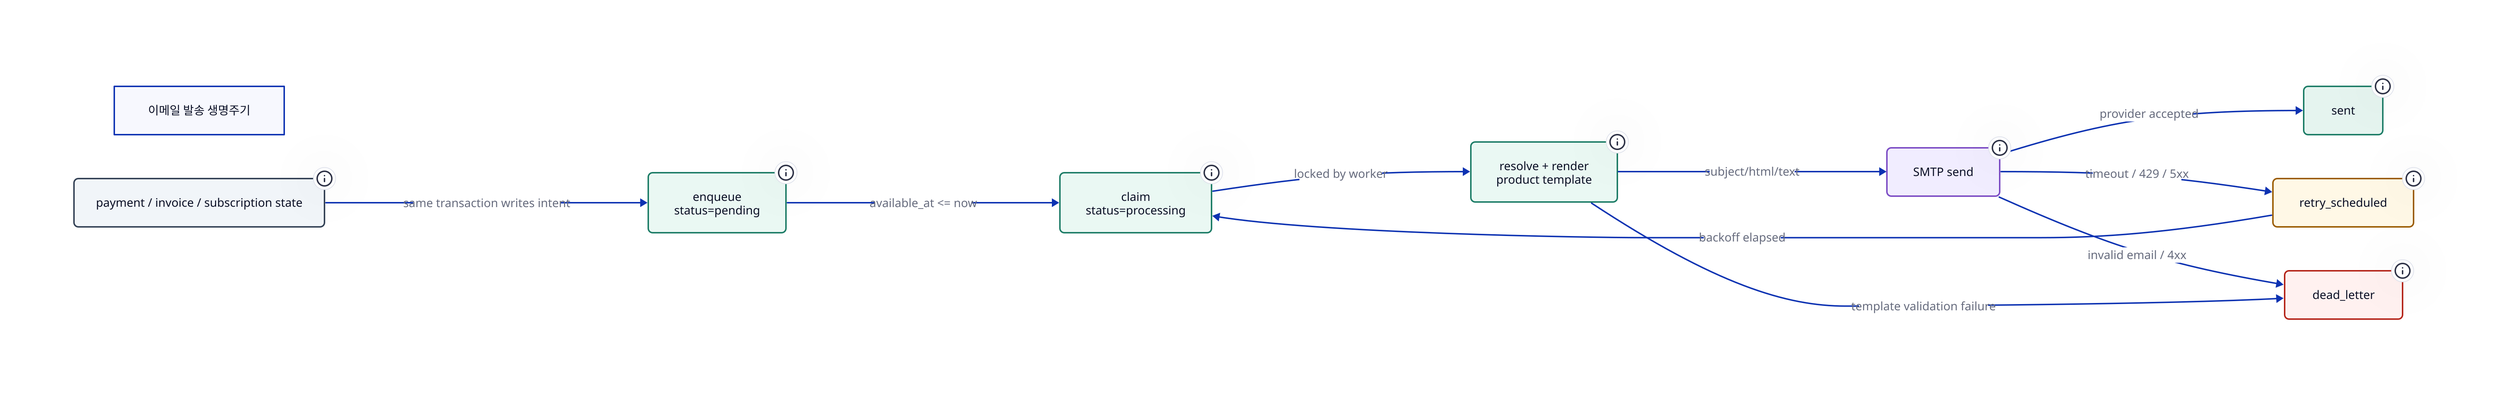
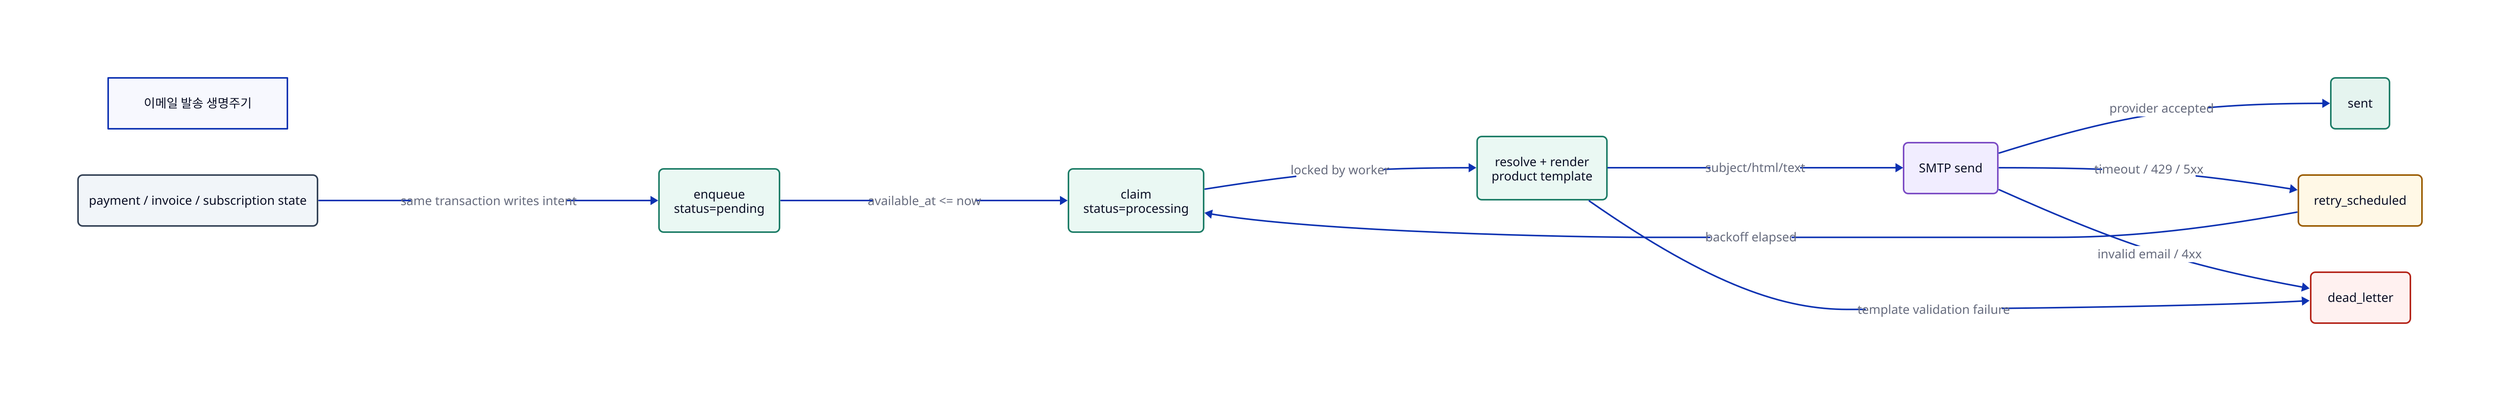
direction: right
title: "이메일 발송 생명주기"

enqueue: "enqueue\nstatus=pending" {
  shape: rectangle
-   tooltip: "업무 트랜잭션과 함께 outbox item을 저장합니다."
  style.fill: "#eaf8f3"
  style.stroke: "#1c7c66"
  style.border-radius: 6
}
claim: "claim\nstatus=processing" {
  shape: rectangle
-   tooltip: "worker_id와 locked_until_at으로 선점합니다."
  style.fill: "#eaf8f3"
  style.stroke: "#1c7c66"
  style.border-radius: 6
}
render: "resolve + render\nproduct template" {
  shape: rectangle
-   tooltip: "상품별 템플릿 fallback 순서로 본문을 생성합니다."
  style.fill: "#eaf8f3"
  style.stroke: "#1c7c66"
  style.border-radius: 6
}
send: "SMTP send" {
  shape: rectangle
-   tooltip: "SMTPEmailSender가 외부 메일 서버로 전송합니다."
  style.fill: "#f1edff"
  style.stroke: "#7b4bc4"
  style.border-radius: 6
}
sent: "sent" {
  shape: rectangle
-   tooltip: "provider_message_id와 sent_at을 저장합니다."
  style.fill: "#e5f4ef"
  style.stroke: "#1c7c66"
  style.border-radius: 6
}
retry_scheduled: "retry_scheduled" {
  shape: rectangle
-   tooltip: "일시 실패는 backoff 후 재시도합니다."
  style.fill: "#fff8e6"
  style.stroke: "#9a5b00"
  style.border-radius: 6
}
dead_letter: "dead_letter" {
  shape: rectangle
-   tooltip: "영구 실패 또는 최대 재시도 초과 시 자동 발송을 멈춥니다."
  style.fill: "#fff1f0"
  style.stroke: "#b42318"
  style.border-radius: 6
}
business_state: "payment / invoice / subscription state" {
  shape: rectangle
-   tooltip: "메일 실패와 독립적으로 이미 커밋된 업무 상태입니다."
  style.fill: "#f1f5f9"
  style.stroke: "#334155"
  style.border-radius: 6
}

enqueue -> claim: "available_at <= now"
claim -> render: "locked by worker"
render -> send: "subject/html/text"
send -> sent: "provider accepted"
send -> retry_scheduled: "timeout / 429 / 5xx"
send -> dead_letter: "invalid email / 4xx"
render -> dead_letter: "template validation failure"
retry_scheduled -> claim: "backoff elapsed"
business_state -> enqueue: "same transaction writes intent"
